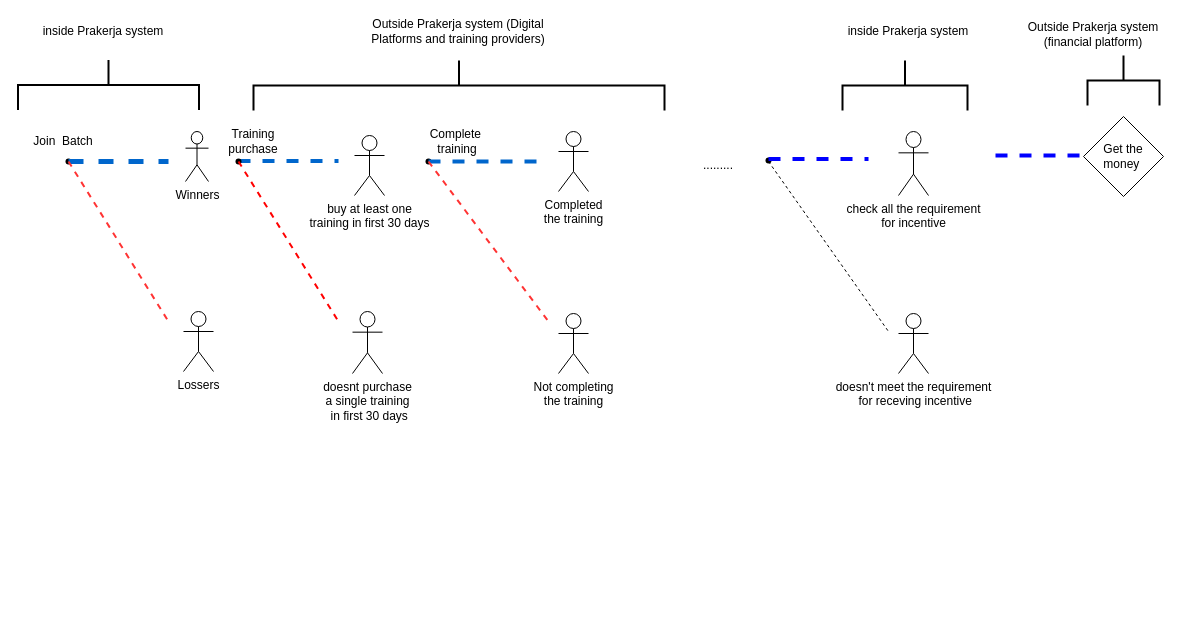
Above: Untitled Diagram.drawio in amaulana/myFirstRepo (draw.io), before the change. Source tidied: cells renumbered, new cells numbered last; positions are measured from the earlier drawing's top-left corner, leaving out a move shared by most shapes. Both pictures are drawn from the tidied source at 100%, with x=0, y=0 at pixel (23, -121).
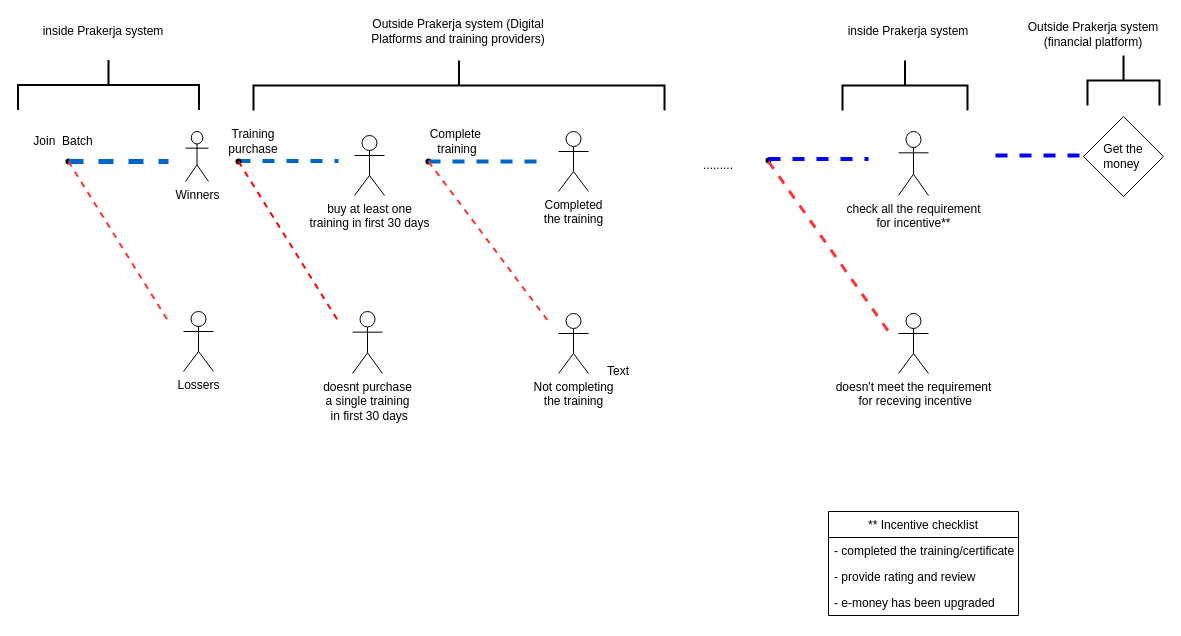
The same page after the edit.

The edit, as a diff of the source:
```diff
@@
-    <mxCell id="22" value="check all the requirement &lt;br&gt;for incentive" style="shape=umlActor;verticalLabelPosition=bottom;verticalAlign=top;html=1;" parent="1" vertex="1">
+    <mxCell id="22" value="check all the requirement &lt;br&gt;for incentive**" style="shape=umlActor;verticalLabelPosition=bottom;verticalAlign=top;html=1;" parent="1" vertex="1">
       <mxGeometry x="875" y="252" width="30" height="64" as="geometry" />
     </mxCell>
@@
-    <mxCell id="26" style="endArrow=none;html=1;dashed=1;endFill=0;" parent="1" edge="1">
+    <mxCell id="26" style="endArrow=none;html=1;dashed=1;endFill=0;strokeColor=#FF3333;strokeWidth=3;" parent="1" edge="1">
       <mxGeometry relative="1" as="geometry">
         <mxPoint x="745" y="282" as="sourcePoint" />
         <mxPoint x="865" y="452" as="targetPoint" />
       </mxGeometry>
     </mxCell>
@@
+    <mxCell id="37" value="Text" style="text;html=1;strokeColor=none;fillColor=none;align=center;verticalAlign=middle;whiteSpace=wrap;rounded=0;" parent="1" vertex="1">
+      <mxGeometry x="575" y="482" width="40" height="20" as="geometry" />
+    </mxCell>
+    <mxCell id="38" value="** Incentive checklist" style="swimlane;fontStyle=0;horizontal=1;startSize=26;" parent="1" vertex="1">
+      <mxGeometry x="805" y="632" width="190" height="104" as="geometry" />
+    </mxCell>
+    <mxCell id="39" value="- completed the training/certificate" style="text;strokeColor=none;fillColor=none;align=left;verticalAlign=top;spacingLeft=4;spacingRight=4;overflow=hidden;" parent="38" vertex="1">
+      <mxGeometry y="26" width="190" height="26" as="geometry" />
+    </mxCell>
+    <mxCell id="40" value="- provide rating and review" style="text;strokeColor=none;fillColor=none;align=left;verticalAlign=top;spacingLeft=4;spacingRight=4;overflow=hidden;" parent="38" vertex="1">
+      <mxGeometry y="52" width="190" height="26" as="geometry" />
+    </mxCell>
+    <mxCell id="41" value="- e-money has been upgraded" style="text;strokeColor=none;fillColor=none;align=left;verticalAlign=top;spacingLeft=4;spacingRight=4;overflow=hidden;" parent="38" vertex="1">
+      <mxGeometry y="78" width="190" height="26" as="geometry" />
+    </mxCell>
```
